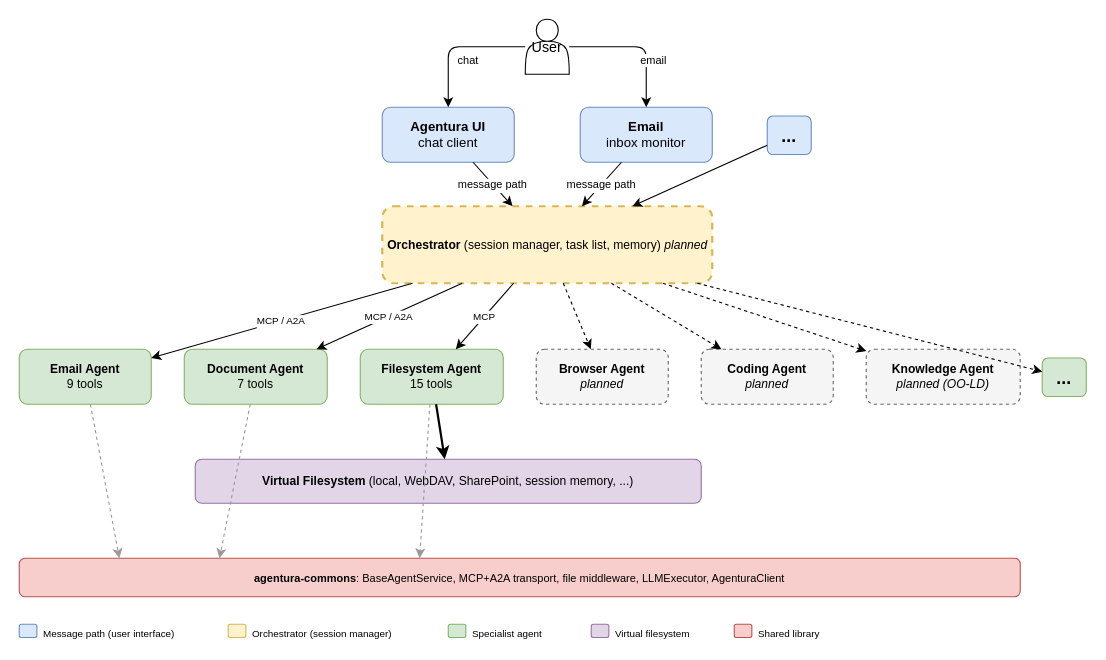
Earlier version of the draw.io diagram docs/architecture.drawio (semos-org/semos-agentura). Source tidied: cells renumbered, new cells numbered last; positions are measured from the earlier drawing's top-left corner, leaving out a move shared by most shapes. Both pictures are drawn from the tidied source at 110%, with x=0, y=0 at pixel (19, 19).
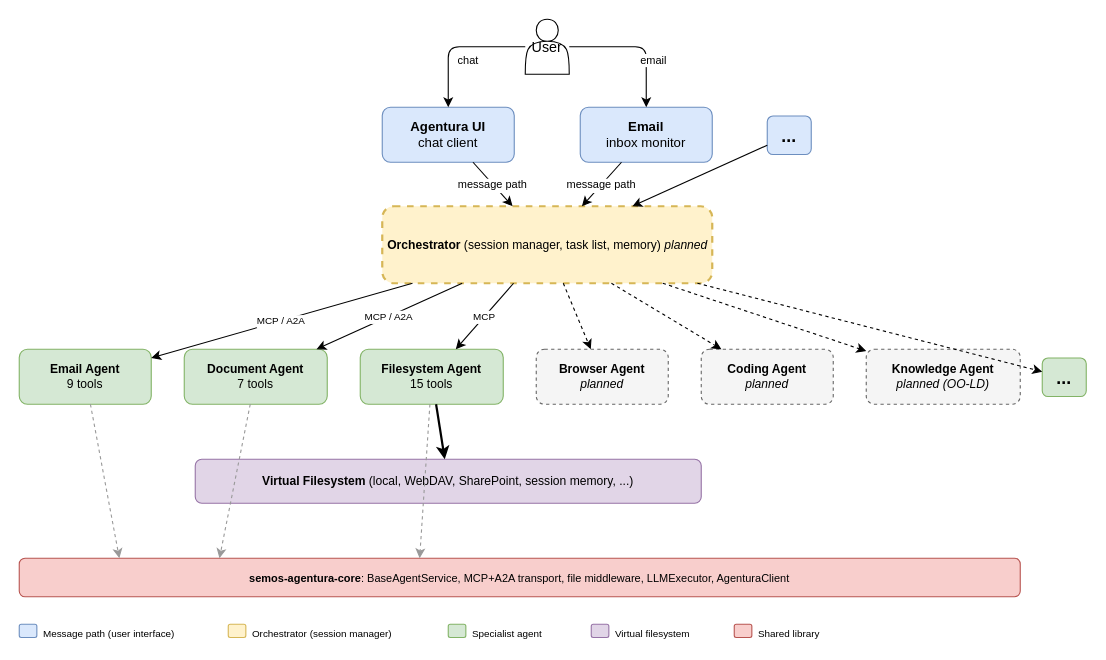
The same page after the edit.

Commit message (it also covers changes not shown here):
chore: Phase 6b identity update, main.yml, docs, README, architecture, API targets clean

Diff of the diagram source:
```diff
@@
-    <mxCell id="31" value="&lt;b&gt;agentura-commons&lt;/b&gt;: BaseAgentService, MCP+A2A transport, file middleware, LLMExecutor, AgenturaClient" style="rounded=1;whiteSpace=wrap;html=1;fillColor=#f8cecc;strokeColor=#b85450;fontSize=10;" parent="1" vertex="1">
+    <mxCell id="31" value="&lt;b&gt;semos-agentura-core&lt;/b&gt;: BaseAgentService, MCP+A2A transport, file middleware, LLMExecutor, AgenturaClient" style="rounded=1;whiteSpace=wrap;html=1;fillColor=#f8cecc;strokeColor=#b85450;fontSize=10;" parent="1" vertex="1">
       <mxGeometry y="490" width="910" height="35" as="geometry" />
     </mxCell>
```
